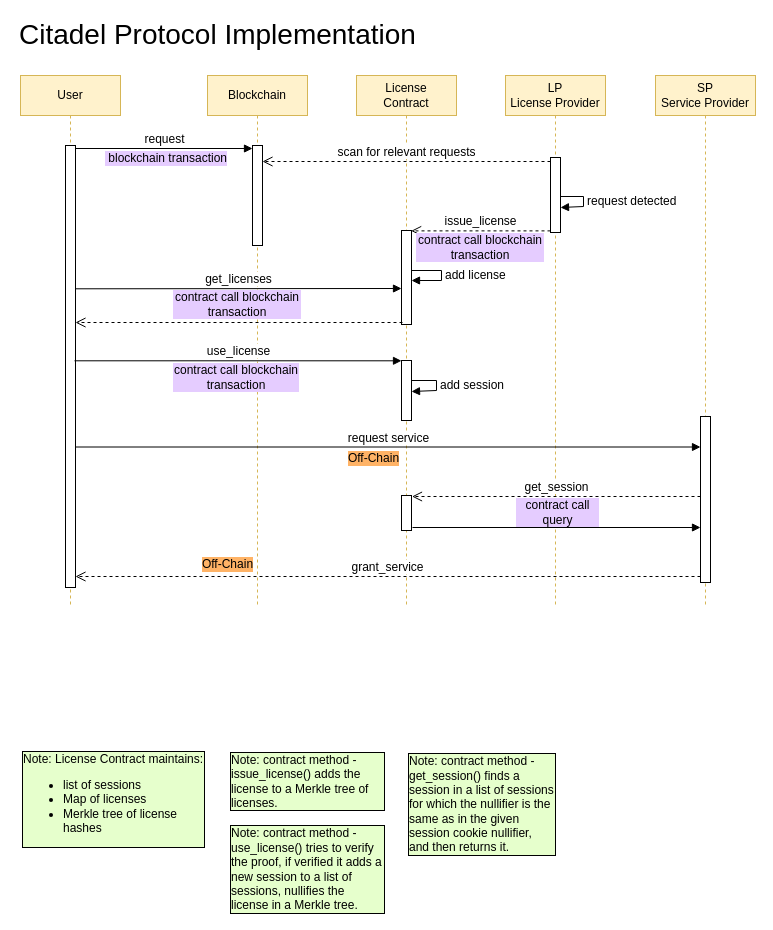
dusk-network/citadel keeps this draw.io diagram as docs/specs/images/implementation.drawio. Above is the earlier version. Source tidied: cells renumbered, new cells numbered last; positions are measured from the earlier drawing's top-left corner, leaving out a move shared by most shapes. Both pictures are drawn from the tidied source at 100%, with x=0, y=0 at pixel (17, 19).
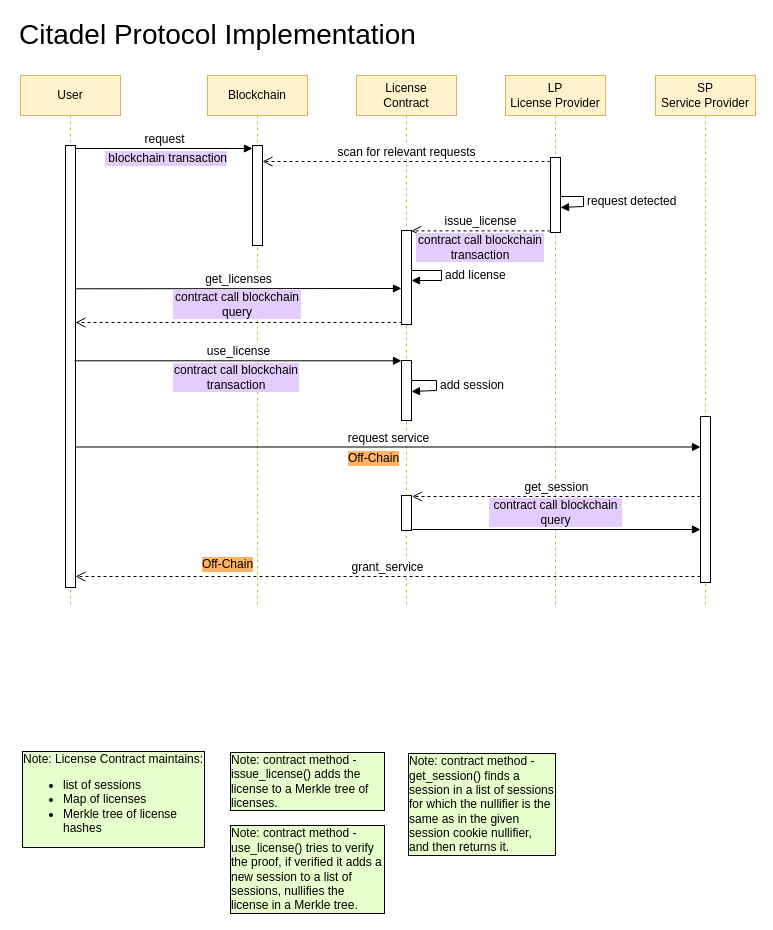
Above is the later version.

Commit message (it also covers changes not shown here):
Diagram correction

The edit, as a diff of the source:
```diff
@@
-    <mxCell id="23" value="contract call query" style="text;html=1;strokeColor=none;fillColor=none;align=center;verticalAlign=middle;whiteSpace=wrap;rounded=0;labelBackgroundColor=#E5CCFF;fontSize=12;" parent="1" vertex="1">
-      <mxGeometry x="498" y="483" width="85" height="20" as="geometry" />
+    <mxCell id="23" value="contract call blockchain query" style="text;html=1;strokeColor=none;fillColor=none;align=center;verticalAlign=middle;whiteSpace=wrap;rounded=0;labelBackgroundColor=#E5CCFF;fontSize=12;" parent="1" vertex="1">
+      <mxGeometry x="471" y="483" width="135" height="20" as="geometry" />
     </mxCell>
@@
     <mxCell id="29" style="html=1;verticalAlign=bottom;endArrow=block;rounded=0;fontSize=12;" parent="1" edge="1">
       <mxGeometry relative="1" as="geometry">
-        <mxPoint x="395" y="508" as="sourcePoint" />
-        <mxPoint x="683" y="508" as="targetPoint" />
+        <mxPoint x="395" y="510" as="sourcePoint" />
+        <mxPoint x="683" y="510" as="targetPoint" />
       </mxGeometry>
     </mxCell>
@@
-    <mxCell id="39" value="contract call blockchain transaction" style="text;html=1;strokeColor=none;fillColor=none;align=center;verticalAlign=middle;whiteSpace=wrap;rounded=0;labelBackgroundColor=#E5CCFF;fontSize=12;" parent="1" vertex="1">
+    <mxCell id="39" value="contract call blockchain query" style="text;html=1;strokeColor=none;fillColor=none;align=center;verticalAlign=middle;whiteSpace=wrap;rounded=0;labelBackgroundColor=#E5CCFF;fontSize=12;" parent="1" vertex="1">
       <mxGeometry x="155" y="270" width="130" height="30" as="geometry" />
     </mxCell>
```
